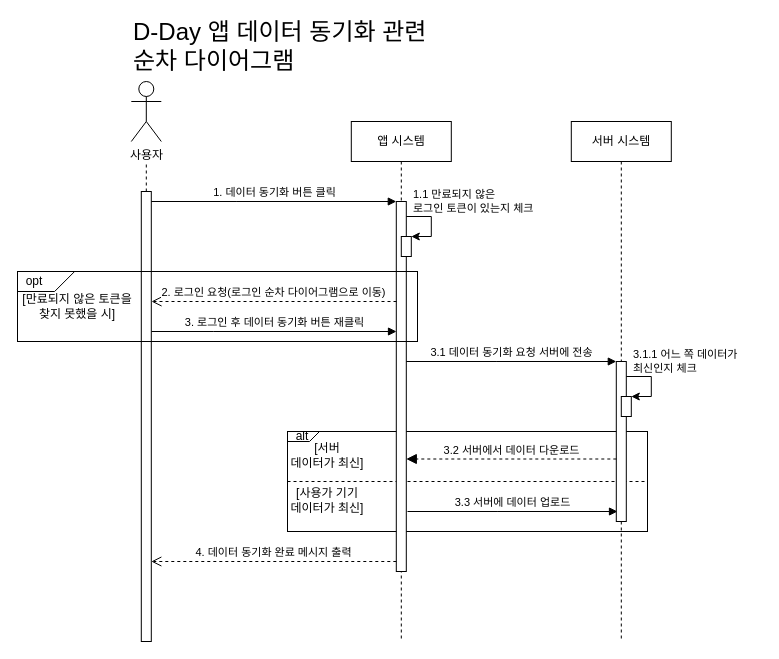
The draw.io diagram sequence diagram - datasync.drawio in baechuTree/softwareEngineering, before the edit. Source tidied: cells renumbered, new cells numbered last; positions are measured from the earlier drawing's top-left corner, leaving out a move shared by most shapes. Both pictures are drawn from the tidied source at 100%, with x=0, y=0 at pixel (17, 31).
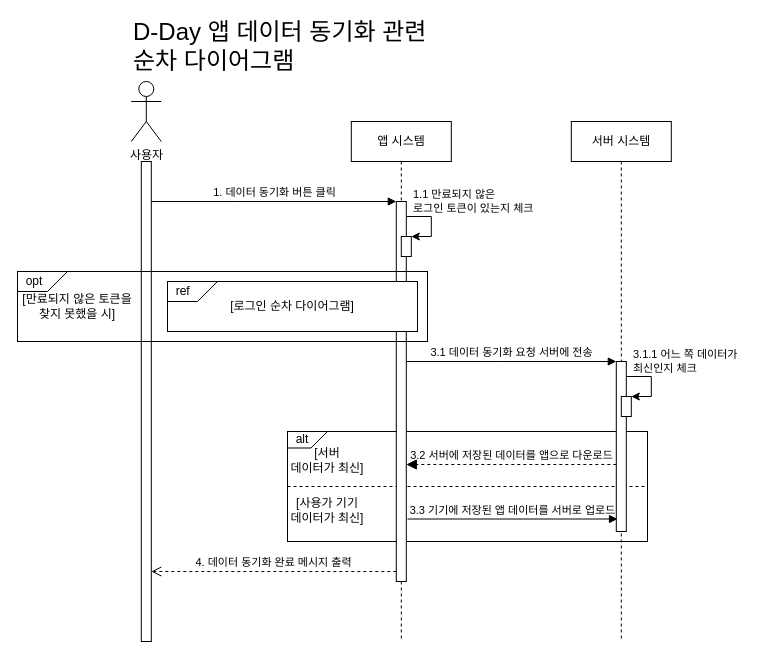
After the change.

Change to the diagram source:
```diff
@@
-    <mxCell id="4" style="endArrow=none;dashed=1;html=1;rounded=0;" parent="1" edge="1" source="5">
-      <mxGeometry relative="1" as="geometry">
-        <mxPoint x="128.8" y="130" as="targetPoint" />
-      </mxGeometry>
-    </mxCell>
     <mxCell id="5" style="html=1;points=[];perimeter=orthogonalPerimeter;outlineConnect=0;targetShapes=umlLifeline;portConstraint=eastwest;newEdgeStyle={&quot;edgeStyle&quot;:&quot;elbowEdgeStyle&quot;,&quot;elbow&quot;:&quot;vertical&quot;,&quot;curved&quot;:0,&quot;rounded&quot;:0};" parent="1" vertex="1">
-      <mxGeometry x="123.8" y="160" width="10" height="450" as="geometry" />
+      <mxGeometry x="123.8" y="130" width="10" height="480" as="geometry" />
     </mxCell>
@@
     <mxCell id="9" style="group;" parent="1" vertex="1">
-      <mxGeometry x="270" y="400" width="360" height="100" as="geometry" />
+      <mxGeometry x="270" y="400" width="360" height="110" as="geometry" />
     </mxCell>
     <mxCell id="10" style="rounded=0;whiteSpace=wrap;html=1;fillColor=none;" parent="9" vertex="1">
-      <mxGeometry width="360" height="100" as="geometry" />
+      <mxGeometry width="360" height="110" as="geometry" />
     </mxCell>
     <mxCell id="11" value="&amp;nbsp; alt" style="shape=card;whiteSpace=wrap;html=1;direction=west;size=20;fillColor=none;align=left;" parent="9" vertex="1">
-      <mxGeometry width="32" height="10" as="geometry" />
+      <mxGeometry width="40" height="16.5" as="geometry" />
     </mxCell>
-    <mxCell id="12" value="[서버&lt;div&gt;데이터가&amp;nbsp;&lt;span style=&quot;background-color: transparent; color: light-dark(rgb(0, 0, 0), rgb(255, 255, 255));&quot;&gt;최신]&lt;/span&gt;&lt;/div&gt;" style="text;html=1;align=center;verticalAlign=middle;whiteSpace=wrap;rounded=0;" parent="9" vertex="1">
-      <mxGeometry y="15" width="80" height="17.5" as="geometry" />
-    </mxCell>
@@
+    <mxCell id="15" value="3.3 기기에 저장된 앱 데이터를 서버로 업로드" style="html=1;verticalAlign=bottom;endArrow=block;edgeStyle=elbowEdgeStyle;elbow=vertical;curved=0;rounded=0;labelBackgroundColor=none;" parent="9" edge="1">
+      <mxGeometry relative="1" as="geometry">
+        <mxPoint x="120" y="87.5" as="sourcePoint" />
+        <mxPoint x="330" y="87.5" as="targetPoint" />
+        <Array as="points">
+          <mxPoint x="209.6" y="87.5" />
+        </Array>
+      </mxGeometry>
+    </mxCell>
     <mxCell id="14" value="[사용가 기기&lt;div&gt;&lt;span style=&quot;background-color: transparent; color: light-dark(rgb(0, 0, 0), rgb(255, 255, 255));&quot;&gt;데이터가 최신]&lt;/span&gt;&lt;/div&gt;" style="text;html=1;align=center;verticalAlign=middle;whiteSpace=wrap;rounded=0;" parent="9" vertex="1">
-      <mxGeometry y="60" width="80" height="17.5" as="geometry" />
+      <mxGeometry y="70" width="80" height="17.5" as="geometry" />
     </mxCell>
-    <mxCell id="15" value="3.3 서버에 데이터 업로드" style="html=1;verticalAlign=bottom;endArrow=block;edgeStyle=elbowEdgeStyle;elbow=vertical;curved=0;rounded=0;" parent="9" edge="1">
-      <mxGeometry relative="1" as="geometry">
-        <mxPoint x="120" y="80" as="sourcePoint" />
-        <mxPoint x="330" y="80" as="targetPoint" />
-        <Array as="points">
-          <mxPoint x="209.6" y="80" />
-        </Array>
-      </mxGeometry>
-    </mxCell>
+    <mxCell id="25" value="3.2 서버에 저장된 데이터를 앱으로 다운로드" style="html=1;verticalAlign=bottom;endArrow=block;dashed=1;endSize=8;edgeStyle=elbowEdgeStyle;elbow=vertical;curved=0;rounded=0;endFill=1;labelBackgroundColor=none;" parent="9" edge="1">
+      <mxGeometry relative="1" as="geometry">
+        <mxPoint x="328.8" y="33" as="sourcePoint" />
+        <mxPoint x="118.8" y="33" as="targetPoint" />
+        <Array as="points">
+          <mxPoint x="253.8" y="33" />
+        </Array>
+      </mxGeometry>
+    </mxCell>
     <mxCell id="16" style="html=1;points=[];perimeter=orthogonalPerimeter;outlineConnect=0;targetShapes=umlLifeline;portConstraint=eastwest;newEdgeStyle={&quot;edgeStyle&quot;:&quot;elbowEdgeStyle&quot;,&quot;elbow&quot;:&quot;vertical&quot;,&quot;curved&quot;:0,&quot;rounded&quot;:0};" parent="1" vertex="1">
-      <mxGeometry x="598.8" y="330" width="10" height="160" as="geometry" />
+      <mxGeometry x="598.8" y="330" width="10" height="170" as="geometry" />
     </mxCell>
@@
     <mxCell id="19" style="html=1;perimeter=orthogonalPerimeter;targetShapes=umlLifeline;newEdgeStyle={&quot;edgeStyle&quot;:&quot;elbowEdgeStyle&quot;,&quot;elbow&quot;:&quot;vertical&quot;,&quot;curved&quot;:0,&quot;rounded&quot;:0};" parent="1" vertex="1">
-      <mxGeometry x="378.8" y="170" width="10" height="370" as="geometry" />
+      <mxGeometry x="378.8" y="170" width="10" height="380" as="geometry" />
     </mxCell>
@@
-    <mxCell id="25" value="3.2 서버에서 데이터 다운로드" style="html=1;verticalAlign=bottom;endArrow=block;dashed=1;endSize=8;edgeStyle=elbowEdgeStyle;elbow=vertical;curved=0;rounded=0;endFill=1;" parent="1" edge="1" source="16">
-      <mxGeometry relative="1" as="geometry">
-        <mxPoint x="388.8" y="427.5" as="targetPoint" />
-        <Array as="points">
-          <mxPoint x="523.8" y="427.5" />
-        </Array>
-      </mxGeometry>
-    </mxCell>
     <mxCell id="26" value="4. 데이터 동기화 완료 메시지 출력" style="html=1;verticalAlign=bottom;endArrow=open;dashed=1;endSize=8;edgeStyle=elbowEdgeStyle;elbow=vertical;curved=0;rounded=0;" parent="1" edge="1">
       <mxGeometry relative="1" as="geometry">
-        <mxPoint x="378.8" y="530" as="sourcePoint" />
-        <mxPoint x="133.8" y="530" as="targetPoint" />
+        <mxPoint x="378.8" y="540" as="sourcePoint" />
+        <mxPoint x="133.8" y="540" as="targetPoint" />
         <Array as="points">
-          <mxPoint x="363.8" y="530" />
+          <mxPoint x="363.8" y="540" />
         </Array>
       </mxGeometry>
     </mxCell>
     <mxCell id="27" style="group;" parent="1" vertex="1">
-      <mxGeometry y="240" width="400" height="70" as="geometry" />
+      <mxGeometry y="240" width="410" height="70" as="geometry" />
     </mxCell>
     <mxCell id="28" style="rounded=0;whiteSpace=wrap;html=1;fillColor=none;" parent="27" vertex="1">
-      <mxGeometry width="400" height="70" as="geometry" />
+      <mxGeometry width="410" height="70" as="geometry" />
     </mxCell>
     <mxCell id="29" value="&amp;nbsp; opt" style="shape=card;whiteSpace=wrap;html=1;direction=west;size=20;fillColor=none;align=left;" parent="27" vertex="1">
-      <mxGeometry width="57.1" height="20" as="geometry" />
+      <mxGeometry width="50" height="20" as="geometry" />
     </mxCell>
@@
-    <mxCell id="31" value="3. 로그인 후 데이터 동기화 버튼 재클릭" style="html=1;verticalAlign=bottom;endArrow=block;edgeStyle=elbowEdgeStyle;elbow=vertical;curved=0;rounded=0;" parent="1" edge="1">
-      <mxGeometry relative="1" as="geometry">
-        <mxPoint x="134" y="300" as="sourcePoint" />
-        <mxPoint x="379" y="300" as="targetPoint" />
-        <Array as="points">
-          <mxPoint x="196.3" y="300" />
-        </Array>
-      </mxGeometry>
-    </mxCell>
-    <mxCell id="32" value="2. 로그인 요청(로그인 순차 다이어그램으로 이동)" style="html=1;verticalAlign=bottom;endArrow=open;dashed=1;endSize=8;edgeStyle=elbowEdgeStyle;elbow=vertical;curved=0;rounded=0;endFill=0;" parent="1" edge="1">
-      <mxGeometry relative="1" as="geometry">
-        <mxPoint x="379" y="270" as="sourcePoint" />
-        <mxPoint x="134" y="270" as="targetPoint" />
-        <Array as="points">
-          <mxPoint x="218.6" y="270" />
-        </Array>
-      </mxGeometry>
-    </mxCell>
+    <mxCell id="33" style="group;fillColor=default;" parent="27" vertex="1">
+      <mxGeometry x="150" y="10" width="250" height="50" as="geometry" />
+    </mxCell>
+    <mxCell id="34" style="rounded=0;whiteSpace=wrap;html=1;fillColor=none;" parent="33" vertex="1">
+      <mxGeometry width="250" height="50" as="geometry" />
+    </mxCell>
+    <mxCell id="35" value="&amp;nbsp; ref" style="shape=card;whiteSpace=wrap;html=1;direction=west;size=20;fillColor=none;align=left;" parent="33" vertex="1">
+      <mxGeometry width="50" height="20" as="geometry" />
+    </mxCell>
+    <mxCell id="36" value="[로그인 순차 다이어그램&lt;span style=&quot;background-color: transparent; color: light-dark(rgb(0, 0, 0), rgb(255, 255, 255));&quot;&gt;]&lt;/span&gt;" style="text;html=1;align=center;verticalAlign=middle;whiteSpace=wrap;rounded=0;" parent="33" vertex="1">
+      <mxGeometry y="14.3" width="250" height="21.4" as="geometry" />
+    </mxCell>
+    <mxCell id="12" value="[서버&lt;div&gt;데이터가&amp;nbsp;&lt;span style=&quot;background-color: transparent; color: light-dark(rgb(0, 0, 0), rgb(255, 255, 255));&quot;&gt;최신]&lt;/span&gt;&lt;/div&gt;" style="text;html=1;align=center;verticalAlign=middle;whiteSpace=wrap;rounded=0;" parent="1" vertex="1">
+      <mxGeometry x="270" y="419.7" width="80" height="19.2" as="geometry" />
+    </mxCell>
```
